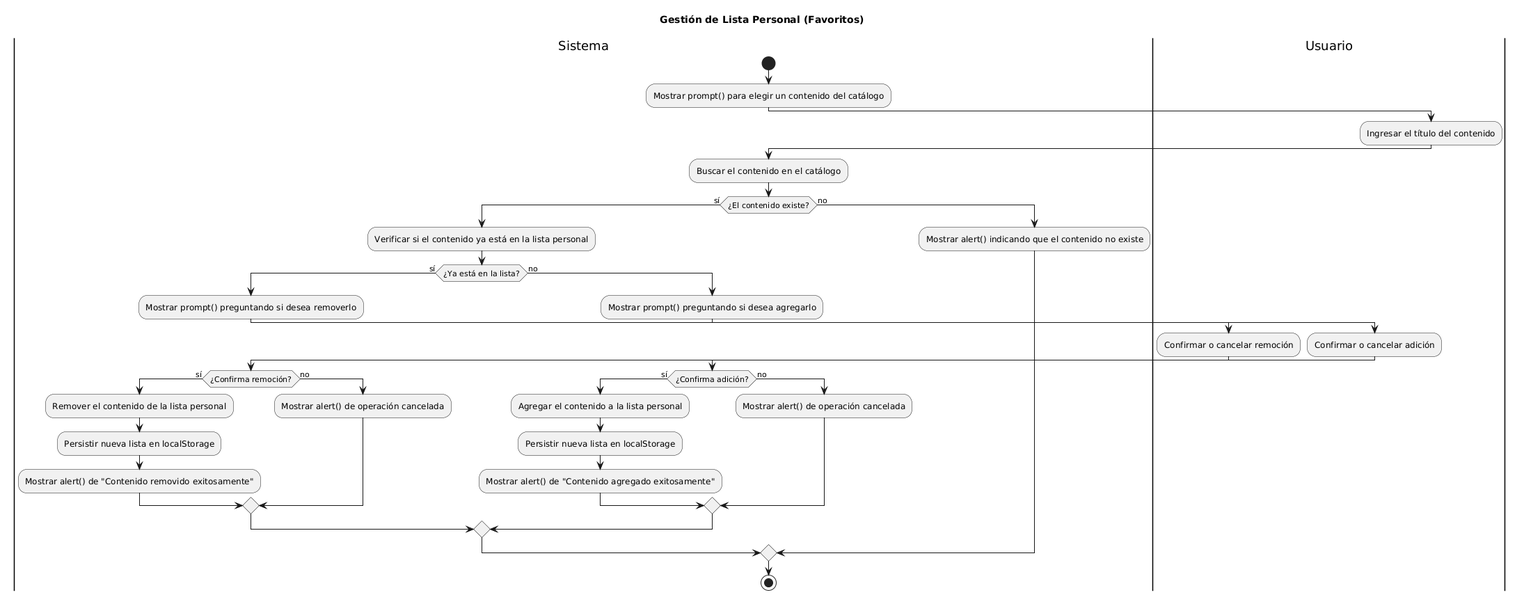
keviineze/proyecto-web-peliculas keeps this PlantUML diagram as docs/05-diagramas/01-diagrama-de-actividades/actividad-flujo-2-gestion.png. Above is the earlier version.
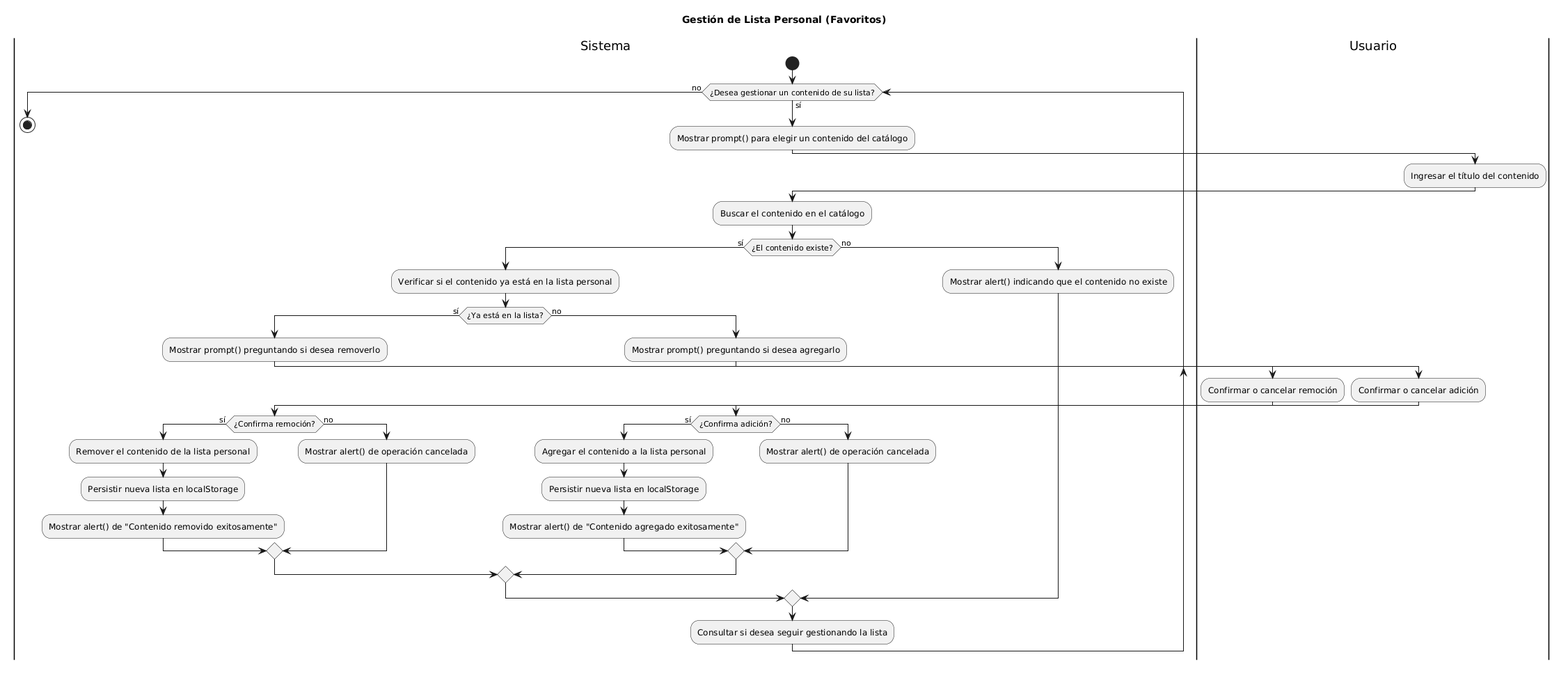
The same file after the commit.

The edit, as a diff of the source:
```diff
@@ -3,40 +3,43 @@
 
 |Sistema|
 start
-:Mostrar prompt() para elegir un contenido del catálogo;
-|Usuario|
-:Ingresar el título del contenido;
-|Sistema|
-:Buscar el contenido en el catálogo;
-if (¿El contenido existe?) then (sí)
-  :Verificar si el contenido ya está en la lista personal;
-  if (¿Ya está en la lista?) then (sí)
-    :Mostrar prompt() preguntando si desea removerlo;
-    |Usuario|
-    :Confirmar o cancelar remoción;
-    |Sistema|
-    if (¿Confirma remoción?) then (sí)
-      :Remover el contenido de la lista personal;
-      :Persistir nueva lista en localStorage;
-      :Mostrar alert() de "Contenido removido exitosamente";
+while (¿Desea gestionar un contenido de su lista?) is (sí)
+  :Mostrar prompt() para elegir un contenido del catálogo;
+  |Usuario|
+  :Ingresar el título del contenido;
+  |Sistema|
+  :Buscar el contenido en el catálogo;
+  if (¿El contenido existe?) then (sí)
+    :Verificar si el contenido ya está en la lista personal;
+    if (¿Ya está en la lista?) then (sí)
+      :Mostrar prompt() preguntando si desea removerlo;
+      |Usuario|
+      :Confirmar o cancelar remoción;
+      |Sistema|
+      if (¿Confirma remoción?) then (sí)
+        :Remover el contenido de la lista personal;
+        :Persistir nueva lista en localStorage;
+        :Mostrar alert() de "Contenido removido exitosamente";
+      else (no)
+        :Mostrar alert() de operación cancelada;
+      endif
     else (no)
-      :Mostrar alert() de operación cancelada;
+      :Mostrar prompt() preguntando si desea agregarlo;
+      |Usuario|
+      :Confirmar o cancelar adición;
+      |Sistema|
+      if (¿Confirma adición?) then (sí)
+        :Agregar el contenido a la lista personal;
+        :Persistir nueva lista en localStorage;
+        :Mostrar alert() de "Contenido agregado exitosamente";
+      else (no)
+        :Mostrar alert() de operación cancelada;
+      endif
     endif
   else (no)
-    :Mostrar prompt() preguntando si desea agregarlo;
-    |Usuario|
-    :Confirmar o cancelar adición;
-    |Sistema|
-    if (¿Confirma adición?) then (sí)
-      :Agregar el contenido a la lista personal;
-      :Persistir nueva lista en localStorage;
-      :Mostrar alert() de "Contenido agregado exitosamente";
-    else (no)
-      :Mostrar alert() de operación cancelada;
-    endif
+    :Mostrar alert() indicando que el contenido no existe;
   endif
-else (no)
-  :Mostrar alert() indicando que el contenido no existe;
-endif
+  :Consultar si desea seguir gestionando la lista;
+endwhile (no)
 stop
 @enduml
```
